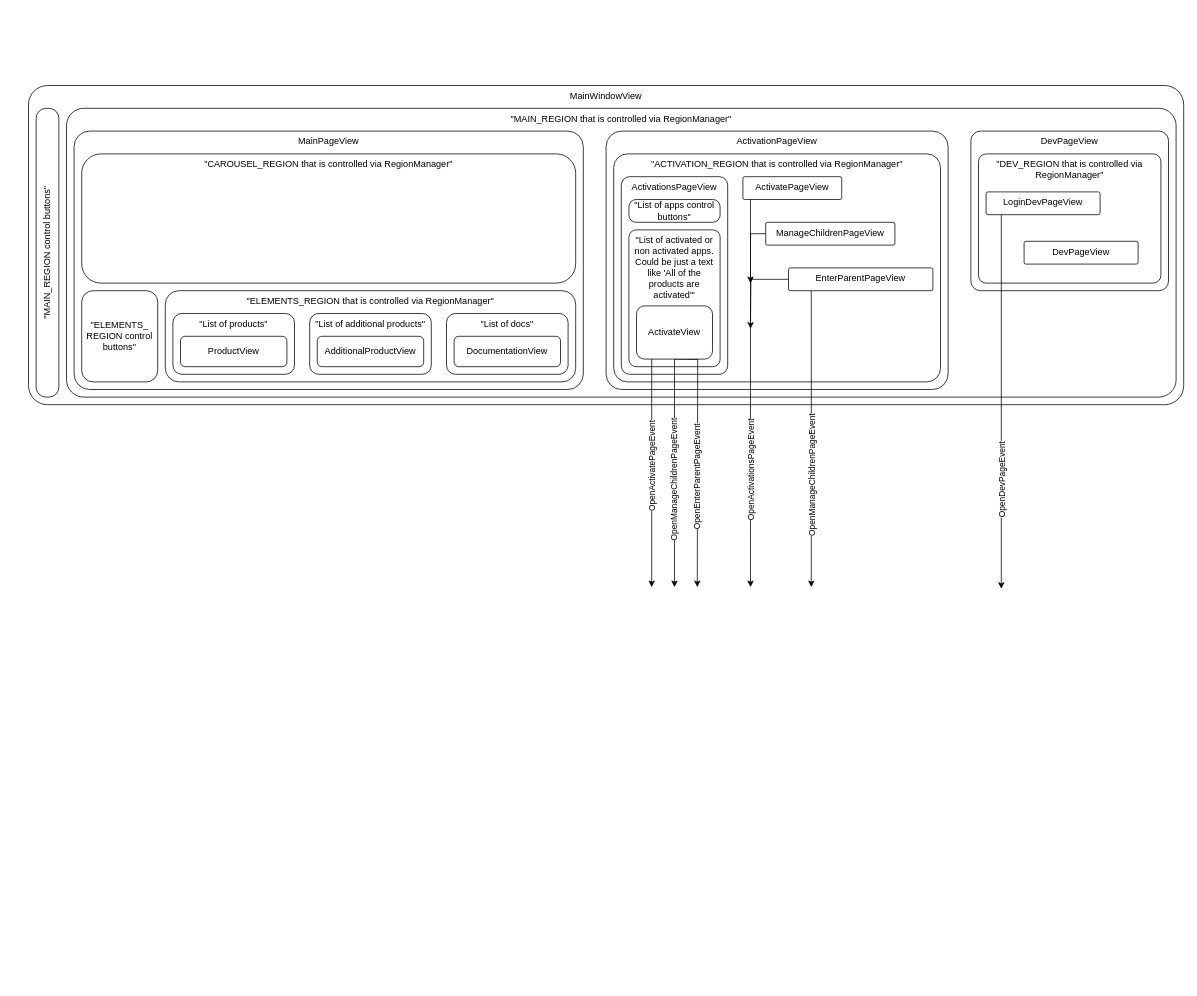
This is SoftHubArc.drawio from CrackAndDie/diagrams_drawio, a draw.io file, before an edit. Source tidied: cells renumbered, new cells numbered last; positions are measured from the earlier drawing's top-left corner, leaving out a move shared by most shapes. Both pictures are drawn from the tidied source at 76%, with x=0, y=0 at pixel (28, 85).
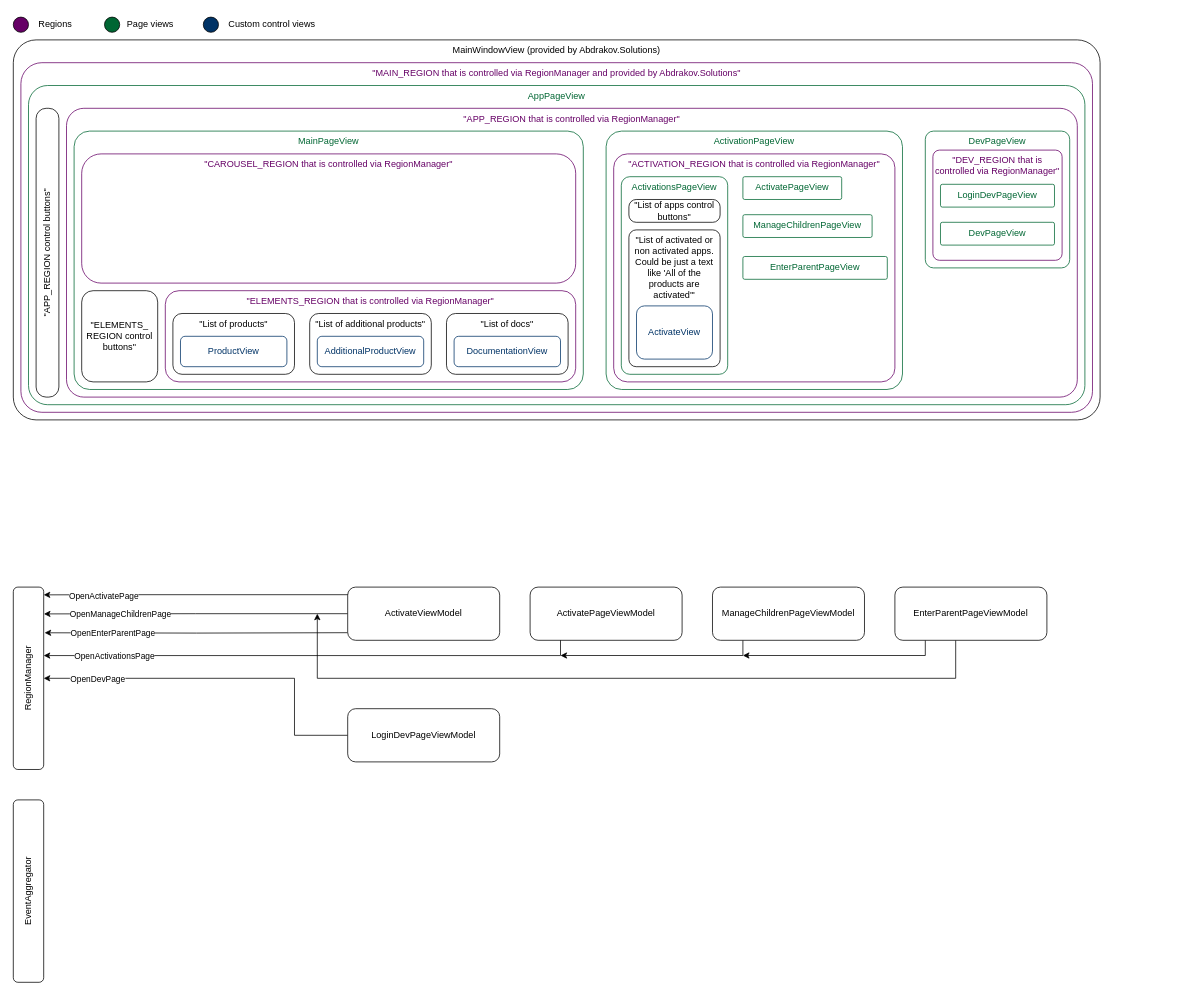
The same page after the edit.

Commit message:
Some VMs added and colors for Views SoftHubArc.drawio

The edit, as a diff of the source:
```diff
@@
+    <mxCell id="42" value="MainWindowView (provided by Abdrakov.Solutions)" style="rounded=1;whiteSpace=wrap;html=1;arcSize=6;verticalAlign=top;strokeColor=default;fontColor=default;" parent="1" vertex="1">
+      <mxGeometry x="-20" y="-60" width="1430" height="500" as="geometry" />
+    </mxCell>
+    <mxCell id="43" value="&quot;MAIN_REGION that is controlled via RegionManager and provided by Abdrakov.Solutions&quot;" style="rounded=1;whiteSpace=wrap;html=1;arcSize=6;verticalAlign=top;strokeColor=#660066;fontColor=#660066;" parent="1" vertex="1">
+      <mxGeometry x="-10" y="-30" width="1410" height="460" as="geometry" />
+    </mxCell>
-    <mxCell id="2" value="MainWindowView" style="rounded=1;whiteSpace=wrap;html=1;arcSize=6;verticalAlign=top;" parent="1" vertex="1">
-      <mxGeometry width="1520" height="420" as="geometry" />
+    <mxCell id="2" value="AppPageView" style="rounded=1;whiteSpace=wrap;html=1;arcSize=6;verticalAlign=top;fontColor=#006633;strokeColor=#006633;" parent="1" vertex="1">
+      <mxGeometry width="1390" height="420" as="geometry" />
     </mxCell>
-    <mxCell id="3" value="&quot;MAIN_REGION that is controlled via RegionManager&quot;" style="rounded=1;whiteSpace=wrap;html=1;arcSize=6;verticalAlign=top;" parent="1" vertex="1">
-      <mxGeometry x="50" y="30" width="1460" height="380" as="geometry" />
+    <mxCell id="3" value="&quot;APP_REGION that is controlled via RegionManager&quot;" style="rounded=1;whiteSpace=wrap;html=1;arcSize=6;verticalAlign=top;strokeColor=#660066;fontColor=#660066;" parent="1" vertex="1">
+      <mxGeometry x="50" y="30" width="1330" height="380" as="geometry" />
     </mxCell>
-    <mxCell id="4" value="MainPageView" style="rounded=1;whiteSpace=wrap;html=1;arcSize=6;verticalAlign=top;" parent="1" vertex="1">
+    <mxCell id="4" value="MainPageView" style="rounded=1;whiteSpace=wrap;html=1;arcSize=6;verticalAlign=top;strokeColor=#006633;fontColor=#006633;" parent="1" vertex="1">
       <mxGeometry x="60" y="60" width="670" height="340" as="geometry" />
     </mxCell>
-    <mxCell id="5" value="&quot;ELEMENTS_REGION that is controlled via RegionManager&quot;" style="rounded=1;whiteSpace=wrap;html=1;verticalAlign=top;" parent="1" vertex="1">
+    <mxCell id="5" value="&quot;ELEMENTS_REGION that is controlled via RegionManager&quot;" style="rounded=1;whiteSpace=wrap;html=1;verticalAlign=top;strokeColor=#660066;fontColor=#660066;" parent="1" vertex="1">
       <mxGeometry x="180" y="270" width="540" height="120" as="geometry" />
     </mxCell>
@@
-    <mxCell id="7" value="ProductView" style="rounded=1;whiteSpace=wrap;html=1;" parent="1" vertex="1">
+    <mxCell id="7" value="ProductView" style="rounded=1;whiteSpace=wrap;html=1;strokeColor=#003366;fontColor=#003366;" parent="1" vertex="1">
       <mxGeometry x="200" y="330" width="140" height="40" as="geometry" />
     </mxCell>
@@
-    <mxCell id="9" value="AdditionalProductView" style="rounded=1;whiteSpace=wrap;html=1;" parent="1" vertex="1">
+    <mxCell id="9" value="AdditionalProductView" style="rounded=1;whiteSpace=wrap;html=1;fontColor=#003366;strokeColor=#003366;" parent="1" vertex="1">
       <mxGeometry x="380" y="330" width="140" height="40" as="geometry" />
     </mxCell>
@@
-    <mxCell id="11" value="DocumentationView" style="rounded=1;whiteSpace=wrap;html=1;" parent="1" vertex="1">
+    <mxCell id="11" value="DocumentationView" style="rounded=1;whiteSpace=wrap;html=1;strokeColor=#003366;fontColor=#003366;" parent="1" vertex="1">
       <mxGeometry x="560" y="330" width="140" height="40" as="geometry" />
     </mxCell>
-    <mxCell id="12" value="&quot;CAROUSEL_REGION that is controlled via RegionManager&quot;" style="rounded=1;whiteSpace=wrap;html=1;verticalAlign=top;" parent="1" vertex="1">
+    <mxCell id="12" value="&quot;CAROUSEL_REGION that is controlled via RegionManager&quot;" style="rounded=1;whiteSpace=wrap;html=1;verticalAlign=top;strokeColor=#660066;fontColor=#660066;" parent="1" vertex="1">
       <mxGeometry x="70" y="90" width="650" height="170" as="geometry" />
     </mxCell>
@@
-    <mxCell id="14" value="&quot;MAIN_REGION control buttons&quot;" style="rounded=1;whiteSpace=wrap;html=1;arcSize=44;horizontal=0;" parent="1" vertex="1">
+    <mxCell id="14" value="&quot;APP_REGION control buttons&quot;" style="rounded=1;whiteSpace=wrap;html=1;arcSize=44;horizontal=0;" parent="1" vertex="1">
       <mxGeometry x="10" y="30" width="30" height="380" as="geometry" />
     </mxCell>
-    <mxCell id="15" value="ActivationPageView" style="rounded=1;whiteSpace=wrap;html=1;arcSize=6;verticalAlign=top;" parent="1" vertex="1">
-      <mxGeometry x="760" y="60" width="450" height="340" as="geometry" />
+    <mxCell id="15" value="ActivationPageView" style="rounded=1;whiteSpace=wrap;html=1;arcSize=6;verticalAlign=top;fontColor=#006633;strokeColor=#006633;" parent="1" vertex="1">
+      <mxGeometry x="760" y="60" width="390" height="340" as="geometry" />
     </mxCell>
-    <mxCell id="16" value="&quot;ACTIVATION_REGION that is controlled via RegionManager&quot;" style="rounded=1;whiteSpace=wrap;html=1;verticalAlign=top;arcSize=6;" parent="1" vertex="1">
-      <mxGeometry x="770" y="90" width="430" height="300" as="geometry" />
+    <mxCell id="16" value="&quot;ACTIVATION_REGION that is controlled via RegionManager&quot;" style="rounded=1;whiteSpace=wrap;html=1;verticalAlign=top;arcSize=6;fontColor=#660066;strokeColor=#660066;" parent="1" vertex="1">
+      <mxGeometry x="770" y="90" width="370" height="300" as="geometry" />
     </mxCell>
-    <mxCell id="17" value="ActivationsPageView" style="rounded=1;whiteSpace=wrap;html=1;arcSize=8;verticalAlign=top;" parent="1" vertex="1">
+    <mxCell id="17" value="ActivationsPageView" style="rounded=1;whiteSpace=wrap;html=1;arcSize=8;verticalAlign=top;fontColor=#006633;strokeColor=#006633;" parent="1" vertex="1">
       <mxGeometry x="780" y="120" width="140" height="260" as="geometry" />
     </mxCell>
@@
-    <mxCell id="20" style="edgeStyle=orthogonalEdgeStyle;rounded=0;orthogonalLoop=1;jettySize=auto;html=1;horizontal=1;exitX=0.5;exitY=1;exitDx=0;exitDy=0;" parent="1" edge="1">
+    <mxCell id="20" style="edgeStyle=orthogonalEdgeStyle;rounded=0;orthogonalLoop=1;jettySize=auto;html=1;horizontal=1;exitX=0;exitY=0.5;exitDx=0;exitDy=0;entryX=0.988;entryY=0.081;entryDx=0;entryDy=0;entryPerimeter=0;" parent="1" edge="1">
       <mxGeometry relative="1" as="geometry">
-        <mxPoint x="820" y="360" as="sourcePoint" />
-        <mxPoint x="820" y="660" as="targetPoint" />
+        <mxPoint x="449.9" y="670" as="sourcePoint" />
+        <mxPoint x="20" y="670.2" as="targetPoint" />
         <Array as="points">
-          <mxPoint x="820" y="510" />
-          <mxPoint x="820" y="510" />
+          <mxPoint x="110.5" y="669.8" />
+          <mxPoint x="20.5" y="670.8" />
         </Array>
       </mxGeometry>
     </mxCell>
-    <mxCell id="21" value="OpenActivatePageEvent" style="edgeLabel;html=1;align=center;verticalAlign=middle;horizontal=0;" parent="20" vertex="1">
+    <mxCell id="21" value="OpenActivatePage" style="edgeLabel;html=1;align=center;verticalAlign=middle;horizontal=1;" parent="20" vertex="1">
       <mxGeometry x="-0.2" y="-1" relative="1" as="geometry">
-        <mxPoint x="1" y="22" as="offset" />
+        <mxPoint x="-179" y="2" as="offset" />
       </mxGeometry>
     </mxCell>
-    <mxCell id="22" style="edgeStyle=orthogonalEdgeStyle;rounded=0;jettySize=auto;html=1;" parent="1" edge="1" source="26">
-      <mxGeometry relative="1" as="geometry">
-        <mxPoint x="850" y="660" as="targetPoint" />
-      </mxGeometry>
+    <mxCell id="22" style="edgeStyle=orthogonalEdgeStyle;rounded=0;jettySize=auto;html=1;exitX=0;exitY=0.5;exitDx=0;exitDy=0;entryX=1.008;entryY=0.147;entryDx=0;entryDy=0;entryPerimeter=0;" parent="1" edge="1" source="46" target="44">
+      <mxGeometry relative="1" as="geometry" />
     </mxCell>
-    <mxCell id="23" value="OpenManageChildrenPageEvent" style="edgeLabel;html=1;align=center;verticalAlign=middle;horizontal=0;" parent="22" vertex="1">
+    <mxCell id="23" value="OpenManageChildrenPage" style="edgeLabel;html=1;align=center;verticalAlign=middle;horizontal=1;" parent="22" vertex="1">
       <mxGeometry x="0.2" y="-1" relative="1" as="geometry">
-        <mxPoint y="-20" as="offset" />
+        <mxPoint x="-60" y="1" as="offset" />
       </mxGeometry>
     </mxCell>
-    <mxCell id="24" style="edgeStyle=orthogonalEdgeStyle;rounded=0;orthogonalLoop=1;jettySize=auto;html=1;" parent="1" edge="1">
+    <mxCell id="24" style="edgeStyle=orthogonalEdgeStyle;rounded=0;orthogonalLoop=1;jettySize=auto;html=1;exitX=0;exitY=0.75;exitDx=0;exitDy=0;entryX=1.031;entryY=0.219;entryDx=0;entryDy=0;entryPerimeter=0;" parent="1" edge="1">
       <mxGeometry relative="1" as="geometry">
-        <mxPoint x="850" y="360" as="sourcePoint" />
-        <mxPoint x="880" y="660" as="targetPoint" />
+        <mxPoint x="420" y="720" as="sourcePoint" />
+        <mxPoint x="21.2" y="720.1" as="targetPoint" />
       </mxGeometry>
     </mxCell>
-    <mxCell id="25" value="OpenEnterParentPageEvent" style="edgeLabel;html=1;align=center;verticalAlign=middle;horizontal=0;" parent="24" vertex="1">
-      <mxGeometry x="0.13" relative="1" as="geometry" />
+    <mxCell id="25" value="OpenEnterParentPage" style="edgeLabel;html=1;align=center;verticalAlign=middle;horizontal=1;" parent="24" vertex="1">
+      <mxGeometry x="0.13" relative="1" as="geometry">
+        <mxPoint x="-85" as="offset" />
+      </mxGeometry>
     </mxCell>
-    <mxCell id="26" value="ActivateView" style="rounded=1;whiteSpace=wrap;html=1;" parent="1" vertex="1">
+    <mxCell id="26" value="ActivateView" style="rounded=1;whiteSpace=wrap;html=1;fontColor=#003366;strokeColor=#003366;" parent="1" vertex="1">
       <mxGeometry x="800" y="290" width="100" height="70" as="geometry" />
     </mxCell>
-    <mxCell id="27" style="edgeStyle=orthogonalEdgeStyle;rounded=0;jettySize=auto;html=1;" parent="1" edge="1" source="29">
+    <mxCell id="27" style="edgeStyle=orthogonalEdgeStyle;rounded=0;orthogonalLoop=1;jettySize=auto;html=1;entryX=1;entryY=0.417;entryDx=0;entryDy=0;entryPerimeter=0;" parent="1" edge="1">
       <mxGeometry relative="1" as="geometry">
-        <mxPoint x="950" y="660" as="targetPoint" />
+        <mxPoint x="700" y="720" as="sourcePoint" />
+        <mxPoint x="20" y="750.1" as="targetPoint" />
         <Array as="points">
-          <mxPoint x="950" y="590" />
-          <mxPoint x="950" y="590" />
+          <mxPoint x="700" y="720" />
+          <mxPoint x="700" y="750" />
         </Array>
       </mxGeometry>
     </mxCell>
-    <mxCell id="28" value="OpenActivationsPageEvent" style="edgeLabel;html=1;align=center;verticalAlign=middle;horizontal=0;" parent="27" vertex="1">
+    <mxCell id="28" value="OpenActivationsPage" style="edgeLabel;html=1;align=center;verticalAlign=middle;horizontal=1;" parent="27" vertex="1">
       <mxGeometry x="0.28" y="1" relative="1" as="geometry">
-        <mxPoint x="-1" y="31" as="offset" />
+        <mxPoint x="-164" y="-1" as="offset" />
       </mxGeometry>
     </mxCell>
-    <mxCell id="29" value="ActivatePageView" style="rounded=1;whiteSpace=wrap;html=1;arcSize=8;verticalAlign=top;" parent="1" vertex="1">
+    <mxCell id="29" value="ActivatePageView" style="rounded=1;whiteSpace=wrap;html=1;arcSize=8;verticalAlign=top;strokeColor=#006633;fontColor=#006633;" parent="1" vertex="1">
       <mxGeometry x="940" y="120" width="130" height="30" as="geometry" />
     </mxCell>
-    <mxCell id="30" style="edgeStyle=orthogonalEdgeStyle;rounded=0;jettySize=auto;html=1;" parent="1" edge="1" source="31">
-      <mxGeometry relative="1" as="geometry">
-        <mxPoint x="950" y="260" as="targetPoint" />
-      </mxGeometry>
-    </mxCell>
-    <mxCell id="31" value="ManageChildrenPageView" style="rounded=1;whiteSpace=wrap;html=1;arcSize=8;verticalAlign=top;" parent="1" vertex="1">
-      <mxGeometry x="970" y="180" width="170" height="30" as="geometry" />
+    <mxCell id="31" value="ManageChildrenPageView" style="rounded=1;whiteSpace=wrap;html=1;arcSize=8;verticalAlign=top;fontColor=#006633;strokeColor=#006633;" parent="1" vertex="1">
+      <mxGeometry x="940" y="170" width="170" height="30" as="geometry" />
     </mxCell>
-    <mxCell id="32" style="edgeStyle=orthogonalEdgeStyle;rounded=0;jettySize=auto;html=1;" parent="1" edge="1" source="35">
-      <mxGeometry relative="1" as="geometry">
-        <mxPoint x="950" y="320" as="targetPoint" />
-      </mxGeometry>
-    </mxCell>
-    <mxCell id="33" style="edgeStyle=orthogonalEdgeStyle;rounded=0;orthogonalLoop=1;jettySize=auto;html=1;" parent="1" edge="1">
-      <mxGeometry relative="1" as="geometry">
-        <mxPoint x="1030" y="270" as="sourcePoint" />
-        <mxPoint x="1030" y="660" as="targetPoint" />
-        <Array as="points">
-          <mxPoint x="1030" y="660" />
-        </Array>
-      </mxGeometry>
-    </mxCell>
-    <mxCell id="34" value="OpenManageChildrenPageEvent" style="edgeLabel;html=1;align=center;verticalAlign=middle;horizontal=0;" parent="33" vertex="1">
-      <mxGeometry x="0.25" relative="1" as="geometry" />
-    </mxCell>
-    <mxCell id="35" value="EnterParentPageView" style="rounded=1;whiteSpace=wrap;html=1;arcSize=8;verticalAlign=top;" parent="1" vertex="1">
-      <mxGeometry x="1000" y="240" width="190" height="30" as="geometry" />
+    <mxCell id="35" value="EnterParentPageView" style="rounded=1;whiteSpace=wrap;html=1;arcSize=8;verticalAlign=top;strokeColor=#006633;fontColor=#006633;" parent="1" vertex="1">
+      <mxGeometry x="940" y="225" width="190" height="30" as="geometry" />
     </mxCell>
-    <mxCell id="36" value="DevPageView" style="rounded=1;whiteSpace=wrap;html=1;arcSize=6;verticalAlign=top;" parent="1" vertex="1">
-      <mxGeometry x="1240" y="60" width="260" height="210" as="geometry" />
+    <mxCell id="36" value="DevPageView" style="rounded=1;whiteSpace=wrap;html=1;arcSize=6;verticalAlign=top;strokeColor=#006633;fontColor=#006633;" parent="1" vertex="1">
+      <mxGeometry x="1180" y="60" width="190" height="180" as="geometry" />
     </mxCell>
-    <mxCell id="37" value="&quot;DEV_REGION that is controlled via RegionManager&quot;" style="rounded=1;whiteSpace=wrap;html=1;verticalAlign=top;arcSize=6;" parent="1" vertex="1">
-      <mxGeometry x="1250" y="90" width="240" height="170" as="geometry" />
+    <mxCell id="37" value="&quot;DEV_REGION that is controlled via RegionManager&quot;" style="rounded=1;whiteSpace=wrap;html=1;verticalAlign=top;arcSize=6;strokeColor=#660066;fontColor=#660066;" parent="1" vertex="1">
+      <mxGeometry x="1190" y="85" width="170" height="145" as="geometry" />
     </mxCell>
-    <mxCell id="38" style="edgeStyle=orthogonalEdgeStyle;rounded=0;jettySize=auto;html=1;" parent="1" edge="1" source="40">
-      <mxGeometry relative="1" as="geometry">
-        <mxPoint x="1280" y="662.2" as="targetPoint" />
-        <Array as="points">
-          <mxPoint x="1280" y="490" />
-          <mxPoint x="1280" y="490" />
-        </Array>
-      </mxGeometry>
-    </mxCell>
-    <mxCell id="39" value="OpenDevPageEvent" style="edgeLabel;html=1;align=center;verticalAlign=middle;horizontal=0;" parent="38" vertex="1">
-      <mxGeometry x="0.48" y="1" relative="1" as="geometry">
-        <mxPoint y="-14" as="offset" />
-      </mxGeometry>
-    </mxCell>
-    <mxCell id="40" value="LoginDevPageView" style="rounded=1;whiteSpace=wrap;html=1;arcSize=8;verticalAlign=top;" parent="1" vertex="1">
-      <mxGeometry x="1260" y="140" width="150" height="30" as="geometry" />
+    <mxCell id="40" value="LoginDevPageView" style="rounded=1;whiteSpace=wrap;html=1;arcSize=8;verticalAlign=top;fontColor=#006633;strokeColor=#006633;" parent="1" vertex="1">
+      <mxGeometry x="1200" y="130" width="150" height="30" as="geometry" />
     </mxCell>
-    <mxCell id="41" value="DevPageView" style="rounded=1;whiteSpace=wrap;html=1;arcSize=8;verticalAlign=top;" parent="1" vertex="1">
-      <mxGeometry x="1310" y="205" width="150" height="30" as="geometry" />
+    <mxCell id="41" value="DevPageView" style="rounded=1;whiteSpace=wrap;html=1;arcSize=8;verticalAlign=top;strokeColor=#006633;fontColor=#006633;" parent="1" vertex="1">
+      <mxGeometry x="1200" y="180" width="150" height="30" as="geometry" />
     </mxCell>
+    <mxCell id="44" value="RegionManager" style="rounded=1;whiteSpace=wrap;html=1;horizontal=0;" parent="1" vertex="1">
+      <mxGeometry x="-20" y="660" width="40" height="240" as="geometry" />
+    </mxCell>
+    <mxCell id="45" value="EventAggregator" style="rounded=1;whiteSpace=wrap;html=1;horizontal=0;" parent="1" vertex="1">
+      <mxGeometry x="-20" y="940" width="40" height="240" as="geometry" />
+    </mxCell>
+    <mxCell id="46" value="ActivateViewModel" style="rounded=1;whiteSpace=wrap;html=1;" parent="1" vertex="1">
+      <mxGeometry x="420" y="660" width="200" height="70" as="geometry" />
+    </mxCell>
+    <mxCell id="47" value="ActivatePageViewModel" style="rounded=1;whiteSpace=wrap;html=1;" parent="1" vertex="1">
+      <mxGeometry x="660" y="660" width="200" height="70" as="geometry" />
+    </mxCell>
+    <mxCell id="48" style="edgeStyle=orthogonalEdgeStyle;rounded=0;jettySize=auto;html=1;" parent="1" edge="1" source="49">
+      <mxGeometry relative="1" as="geometry">
+        <mxPoint x="700" y="750" as="targetPoint" />
+        <Array as="points">
+          <mxPoint x="940" y="750" />
+        </Array>
+      </mxGeometry>
+    </mxCell>
+    <mxCell id="49" value="ManageChildrenPageViewModel" style="rounded=1;whiteSpace=wrap;html=1;" parent="1" vertex="1">
+      <mxGeometry x="900" y="660" width="200" height="70" as="geometry" />
+    </mxCell>
+    <mxCell id="50" style="edgeStyle=orthogonalEdgeStyle;rounded=0;jettySize=auto;html=1;" parent="1" edge="1" source="52">
+      <mxGeometry relative="1" as="geometry">
+        <mxPoint x="940" y="750" as="targetPoint" />
+        <Array as="points">
+          <mxPoint x="1180" y="750" />
+        </Array>
+      </mxGeometry>
+    </mxCell>
+    <mxCell id="51" style="edgeStyle=orthogonalEdgeStyle;rounded=0;jettySize=auto;html=1;" parent="1" edge="1" source="52">
+      <mxGeometry relative="1" as="geometry">
+        <mxPoint x="380" y="695" as="targetPoint" />
+        <Array as="points">
+          <mxPoint x="1220" y="780" />
+        </Array>
+      </mxGeometry>
+    </mxCell>
+    <mxCell id="52" value="EnterParentPageViewModel" style="rounded=1;whiteSpace=wrap;html=1;" parent="1" vertex="1">
+      <mxGeometry x="1140" y="660" width="200" height="70" as="geometry" />
+    </mxCell>
+    <mxCell id="53" style="edgeStyle=orthogonalEdgeStyle;rounded=0;jettySize=auto;html=1;entryX=1;entryY=0.5;entryDx=0;entryDy=0;" parent="1" edge="1" source="55" target="44">
+      <mxGeometry relative="1" as="geometry">
+        <Array as="points">
+          <mxPoint x="350" y="855" />
+          <mxPoint x="350" y="780" />
+        </Array>
+      </mxGeometry>
+    </mxCell>
+    <mxCell id="54" value="OpenDevPage" style="edgeLabel;html=1;align=center;verticalAlign=middle;" parent="53" vertex="1">
+      <mxGeometry x="0.37" y="1" relative="1" as="geometry">
+        <mxPoint x="-80" y="-1" as="offset" />
+      </mxGeometry>
+    </mxCell>
+    <mxCell id="55" value="LoginDevPageViewModel" style="rounded=1;whiteSpace=wrap;html=1;" parent="1" vertex="1">
+      <mxGeometry x="420" y="820" width="200" height="70" as="geometry" />
+    </mxCell>
+    <mxCell id="56" style="ellipse;whiteSpace=wrap;html=1;fillStyle=solid;fillColor=#660066;" parent="1" vertex="1">
+      <mxGeometry x="-20" y="-90" width="20" height="20" as="geometry" />
+    </mxCell>
+    <mxCell id="57" value="Regions" style="text;html=1;align=center;verticalAlign=middle;strokeColor=none;fillColor=none;" parent="1" vertex="1">
+      <mxGeometry y="-95" width="70" height="30" as="geometry" />
+    </mxCell>
+    <mxCell id="58" style="ellipse;whiteSpace=wrap;html=1;fillStyle=solid;fillColor=#006633;" parent="1" vertex="1">
+      <mxGeometry x="100" y="-90" width="20" height="20" as="geometry" />
+    </mxCell>
+    <mxCell id="59" value="Page views" style="text;html=1;align=center;verticalAlign=middle;strokeColor=none;fillColor=none;" parent="1" vertex="1">
+      <mxGeometry x="120" y="-95" width="80" height="30" as="geometry" />
+    </mxCell>
+    <mxCell id="60" style="ellipse;whiteSpace=wrap;html=1;fillStyle=solid;fillColor=#003366;" parent="1" vertex="1">
+      <mxGeometry x="230" y="-90" width="20" height="20" as="geometry" />
+    </mxCell>
+    <mxCell id="61" value="Custom control views" style="text;html=1;align=center;verticalAlign=middle;strokeColor=none;fillColor=none;" parent="1" vertex="1">
+      <mxGeometry x="250" y="-95" width="140" height="30" as="geometry" />
+    </mxCell>
```
